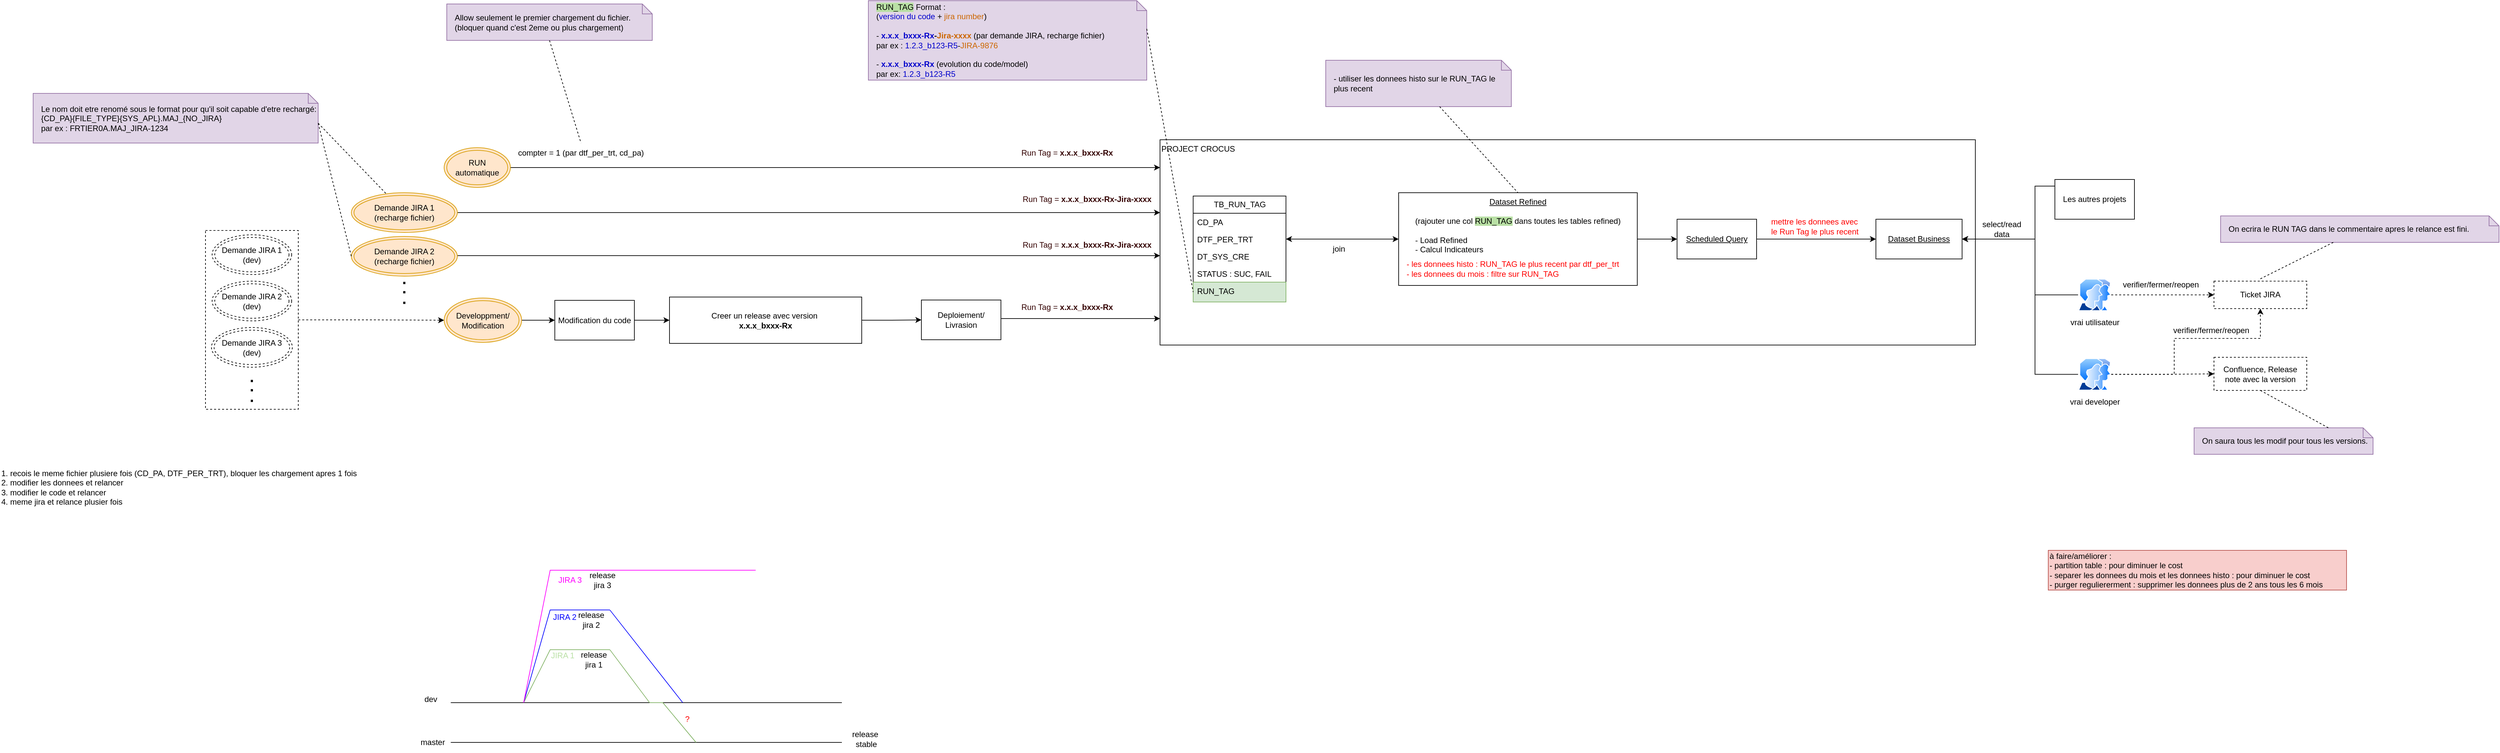
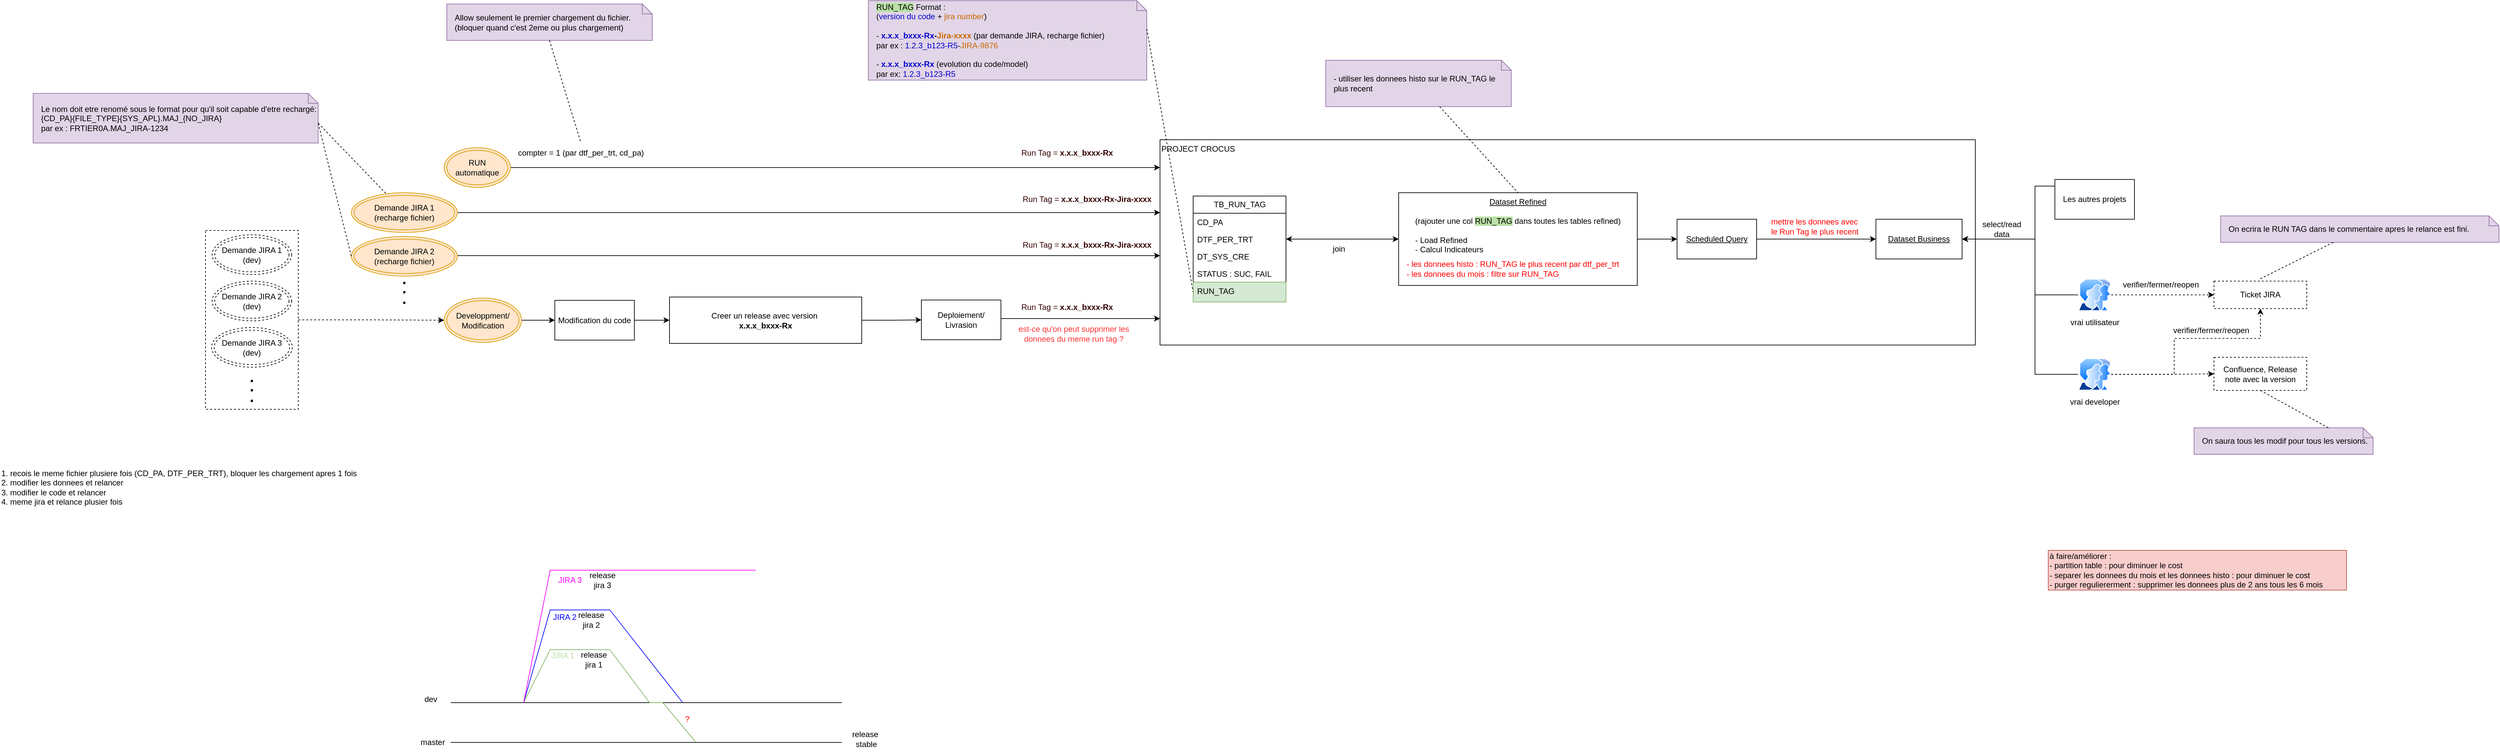
<mxfile host="app.diagrams.net">
  <diagram name="Page-1" id="bEAYSmEDHXBXhFzCy1HB">
-     <mxGraphModel dx="3308" dy="2087" grid="1" gridSize="10" guides="1" tooltips="1" connect="1" arrows="1" fold="1" page="1" pageScale="1" pageWidth="827" pageHeight="1169" math="0" shadow="0">
+     <mxGraphModel dx="3060" dy="1949" grid="1" gridSize="10" guides="1" tooltips="1" connect="1" arrows="1" fold="1" page="1" pageScale="1" pageWidth="827" pageHeight="1169" math="0" shadow="0">
      <root>
        <mxCell id="0" />
        <mxCell id="1" parent="0" />
        <mxCell id="cKu8MT6L8Fp_BZaxLZj7-22" edge="1" parent="1" source="cKu8MT6L8Fp_BZaxLZj7-16" style="edgeStyle=orthogonalEdgeStyle;rounded=0;orthogonalLoop=1;jettySize=auto;html=1;dashed=1;" target="QUzsFoNl6aFI_2ed8XXq-33">
          <mxGeometry relative="1" as="geometry">
            <Array as="points" />
            <mxPoint x="-937.4999999999995" y="382" as="sourcePoint" />
            <mxPoint x="-602.4999999999995" y="365" as="targetPoint" />
          </mxGeometry>
        </mxCell>
        <mxCell id="cKu8MT6L8Fp_BZaxLZj7-16" parent="1" style="rounded=0;whiteSpace=wrap;html=1;dashed=1;" value="" vertex="1">
          <mxGeometry height="270" width="140" x="-1070" y="247" as="geometry" />
        </mxCell>
        <mxCell id="QUzsFoNl6aFI_2ed8XXq-13" parent="1" style="rounded=0;whiteSpace=wrap;html=1;align=left;verticalAlign=top;" value="PROJECT CROCUS" vertex="1">
          <mxGeometry height="310" width="1230" x="370" y="110" as="geometry" />
        </mxCell>
        <mxCell id="QUzsFoNl6aFI_2ed8XXq-1" parent="1" style="swimlane;fontStyle=0;childLayout=stackLayout;horizontal=1;startSize=26;fillColor=none;horizontalStack=0;resizeParent=1;resizeParentMax=0;resizeLast=0;collapsible=1;marginBottom=0;html=1;" value="TB_RUN_TAG" vertex="1">
          <mxGeometry height="160" width="140" x="420" y="195" as="geometry" />
        </mxCell>
        <mxCell id="QUzsFoNl6aFI_2ed8XXq-2" parent="QUzsFoNl6aFI_2ed8XXq-1" style="text;strokeColor=none;fillColor=none;align=left;verticalAlign=top;spacingLeft=4;spacingRight=4;overflow=hidden;rotatable=0;points=[[0,0.5],[1,0.5]];portConstraint=eastwest;whiteSpace=wrap;html=1;" value="CD_PA" vertex="1">
          <mxGeometry height="26" width="140" y="26" as="geometry" />
        </mxCell>
        <mxCell id="QUzsFoNl6aFI_2ed8XXq-3" parent="QUzsFoNl6aFI_2ed8XXq-1" style="text;strokeColor=none;fillColor=none;align=left;verticalAlign=top;spacingLeft=4;spacingRight=4;overflow=hidden;rotatable=0;points=[[0,0.5],[1,0.5]];portConstraint=eastwest;whiteSpace=wrap;html=1;" value="DTF_PER_TRT" vertex="1">
          <mxGeometry height="26" width="140" y="52" as="geometry" />
        </mxCell>
        <mxCell id="QUzsFoNl6aFI_2ed8XXq-4" parent="QUzsFoNl6aFI_2ed8XXq-1" style="text;strokeColor=none;fillColor=none;align=left;verticalAlign=top;spacingLeft=4;spacingRight=4;overflow=hidden;rotatable=0;points=[[0,0.5],[1,0.5]];portConstraint=eastwest;whiteSpace=wrap;html=1;" value="DT_SYS_CRE" vertex="1">
          <mxGeometry height="26" width="140" y="78" as="geometry" />
        </mxCell>
        <mxCell id="QUzsFoNl6aFI_2ed8XXq-105" parent="QUzsFoNl6aFI_2ed8XXq-1" style="text;strokeColor=none;fillColor=none;align=left;verticalAlign=top;spacingLeft=4;spacingRight=4;overflow=hidden;rotatable=0;points=[[0,0.5],[1,0.5]];portConstraint=eastwest;whiteSpace=wrap;html=1;" value="STATUS : SUC, FAIL" vertex="1">
          <mxGeometry height="26" width="140" y="104" as="geometry" />
        </mxCell>
        <mxCell id="QUzsFoNl6aFI_2ed8XXq-5" parent="QUzsFoNl6aFI_2ed8XXq-1" style="text;strokeColor=#82b366;fillColor=#d5e8d4;align=left;verticalAlign=top;spacingLeft=4;spacingRight=4;overflow=hidden;rotatable=0;points=[[0,0.5],[1,0.5]];portConstraint=eastwest;whiteSpace=wrap;html=1;" value="RUN_TAG" vertex="1">
          <mxGeometry height="30" width="140" y="130" as="geometry" />
        </mxCell>
        <mxCell id="QUzsFoNl6aFI_2ed8XXq-7" parent="1" style="shape=note;size=15;align=left;spacingLeft=10;html=1;whiteSpace=wrap;fillColor=#e1d5e7;strokeColor=#9673a6;" value="&lt;span style=&quot;background-color: rgb(185, 224, 165);&quot;&gt;RUN_TAG&lt;/span&gt; Format :&amp;nbsp;&lt;div&gt;(&lt;font style=&quot;color: rgb(0, 0, 204);&quot;&gt;version du code&lt;/font&gt; +&lt;font style=&quot;color: rgb(204, 102, 0);&quot;&gt; &lt;font&gt;jira number&lt;/font&gt;&lt;/font&gt;)&lt;/div&gt;&lt;div&gt;&lt;br&gt;&lt;div&gt;- &lt;b&gt;&lt;font style=&quot;color: rgb(0, 0, 204);&quot;&gt;x.x.x_bxxx-Rx&lt;/font&gt;-&lt;font style=&quot;color: rgb(204, 102, 0);&quot;&gt;Jira-xxxx&lt;/font&gt;&lt;/b&gt; (par demande JIRA, recharge fichier)&amp;nbsp;&lt;/div&gt;&lt;div&gt;par ex : &lt;font style=&quot;color: rgb(0, 0, 204);&quot;&gt;1.2.3_b123-R5&lt;/font&gt;-&lt;font style=&quot;color: rgb(204, 102, 0);&quot;&gt;JIRA-9876&lt;/font&gt;&lt;/div&gt;&lt;div&gt;&lt;br&gt;&lt;/div&gt;&lt;div&gt;-&lt;b&gt; &lt;font style=&quot;color: rgb(0, 0, 204);&quot;&gt;x.x.x_bxxx-Rx&lt;/font&gt;&lt;/b&gt; (evolution du code/model)&lt;/div&gt;&lt;div&gt;&lt;span style=&quot;background-color: transparent; color: light-dark(rgb(0, 0, 0), rgb(255, 255, 255));&quot;&gt;par ex: &lt;/span&gt;&lt;span style=&quot;background-color: transparent;&quot;&gt;&lt;font style=&quot;color: light-dark(rgb(0, 0, 204), rgb(255, 255, 255));&quot;&gt;1.2.3_b123-R5&lt;/font&gt;&lt;/span&gt;&lt;/div&gt;&lt;/div&gt;" vertex="1">
          <mxGeometry height="120" width="420" x="-70" y="-100" as="geometry" />
        </mxCell>
        <mxCell id="QUzsFoNl6aFI_2ed8XXq-8" edge="1" parent="1" source="QUzsFoNl6aFI_2ed8XXq-7" style="edgeStyle=none;endArrow=none;exitX=0;exitY=0;dashed=1;html=1;rounded=0;entryX=0;entryY=0.5;entryDx=0;entryDy=0;exitDx=420;exitDy=42.5;exitPerimeter=0;" target="QUzsFoNl6aFI_2ed8XXq-5" value="">
          <mxGeometry relative="1" x="1" as="geometry">
            <mxPoint x="590" y="660" as="targetPoint" />
          </mxGeometry>
        </mxCell>
        <mxCell id="QUzsFoNl6aFI_2ed8XXq-10" parent="1" style="rounded=0;whiteSpace=wrap;html=1;dashed=1;" value="Confluence, Release note avec la v&lt;span style=&quot;background-color: transparent; color: light-dark(rgb(0, 0, 0), rgb(255, 255, 255));&quot;&gt;ersion&lt;/span&gt;" vertex="1">
          <mxGeometry height="50" width="140" x="1960" y="438.5" as="geometry" />
        </mxCell>
        <mxCell id="QUzsFoNl6aFI_2ed8XXq-11" parent="1" style="rounded=0;whiteSpace=wrap;html=1;dashed=1;" value="Ticket JIRA" vertex="1">
          <mxGeometry height="41.5" width="140" x="1960" y="323.5" as="geometry" />
        </mxCell>
        <mxCell id="QUzsFoNl6aFI_2ed8XXq-42" edge="1" parent="1" source="QUzsFoNl6aFI_2ed8XXq-12" style="edgeStyle=orthogonalEdgeStyle;rounded=0;orthogonalLoop=1;jettySize=auto;html=1;entryX=1;entryY=0.5;entryDx=0;entryDy=0;startArrow=classic;startFill=1;" target="QUzsFoNl6aFI_2ed8XXq-3">
          <mxGeometry relative="1" as="geometry" />
        </mxCell>
        <mxCell id="QUzsFoNl6aFI_2ed8XXq-50" edge="1" parent="1" source="QUzsFoNl6aFI_2ed8XXq-12" style="edgeStyle=orthogonalEdgeStyle;rounded=0;orthogonalLoop=1;jettySize=auto;html=1;" target="QUzsFoNl6aFI_2ed8XXq-46">
          <mxGeometry relative="1" as="geometry">
            <Array as="points" />
          </mxGeometry>
        </mxCell>
        <mxCell id="QUzsFoNl6aFI_2ed8XXq-12" parent="1" style="rounded=0;whiteSpace=wrap;html=1;verticalAlign=top;" value="&lt;u&gt;Dataset Refined&lt;/u&gt;&lt;div&gt;&lt;u&gt;&lt;br&gt;&lt;/u&gt;&lt;div&gt;(rajouter une col &lt;span style=&quot;background-color: rgb(185, 224, 165);&quot;&gt;RUN_TAG&lt;/span&gt;&lt;span&gt; &lt;/span&gt;dans toutes les tables refined)&lt;/div&gt;&lt;div&gt;&lt;br&gt;&lt;/div&gt;&lt;div style=&quot;text-align: left;&quot;&gt;- Load Refined&amp;nbsp; &amp;nbsp; &amp;nbsp; &amp;nbsp;&lt;/div&gt;&lt;div style=&quot;text-align: left;&quot;&gt;- Calcul Indicateurs&lt;/div&gt;&lt;/div&gt;" vertex="1">
          <mxGeometry height="140" width="360" x="730" y="190" as="geometry" />
        </mxCell>
        <mxCell id="QUzsFoNl6aFI_2ed8XXq-27" edge="1" parent="1" source="QUzsFoNl6aFI_2ed8XXq-33" style="edgeStyle=orthogonalEdgeStyle;rounded=0;orthogonalLoop=1;jettySize=auto;html=1;entryX=0;entryY=0.5;entryDx=0;entryDy=0;" target="QUzsFoNl6aFI_2ed8XXq-23">
          <mxGeometry relative="1" as="geometry">
            <mxPoint x="-740" y="198" as="sourcePoint" />
          </mxGeometry>
        </mxCell>
        <mxCell id="QUzsFoNl6aFI_2ed8XXq-19" parent="1" style="text;html=1;whiteSpace=wrap;strokeColor=none;fillColor=none;align=center;verticalAlign=middle;rounded=0;fontColor=#330000;" value="&lt;font style=&quot;&quot;&gt;Run Tag =&amp;nbsp;&lt;/font&gt;&lt;b style=&quot;text-align: left;&quot;&gt;x.x.x_bxxx-Rx-Jira-xxxx&lt;/b&gt;" vertex="1">
          <mxGeometry height="30" width="200" x="160" y="253.5" as="geometry" />
        </mxCell>
        <mxCell id="cKu8MT6L8Fp_BZaxLZj7-37" edge="1" parent="1" source="QUzsFoNl6aFI_2ed8XXq-23" style="edgeStyle=orthogonalEdgeStyle;rounded=0;orthogonalLoop=1;jettySize=auto;html=1;" target="QUzsFoNl6aFI_2ed8XXq-25">
          <mxGeometry relative="1" as="geometry" />
        </mxCell>
        <mxCell id="QUzsFoNl6aFI_2ed8XXq-23" parent="1" style="rounded=0;whiteSpace=wrap;html=1;" value="Modification du code" vertex="1">
          <mxGeometry height="60" width="120" x="-543" y="352.5" as="geometry" />
        </mxCell>
        <mxCell id="QUzsFoNl6aFI_2ed8XXq-31" edge="1" parent="1" source="QUzsFoNl6aFI_2ed8XXq-24" style="edgeStyle=orthogonalEdgeStyle;rounded=0;orthogonalLoop=1;jettySize=auto;html=1;" target="QUzsFoNl6aFI_2ed8XXq-13">
          <mxGeometry relative="1" as="geometry">
            <Array as="points">
              <mxPoint x="180" y="380" />
              <mxPoint x="180" y="380" />
            </Array>
            <mxPoint x="380" y="373" as="targetPoint" />
          </mxGeometry>
        </mxCell>
        <mxCell id="QUzsFoNl6aFI_2ed8XXq-24" parent="1" style="rounded=0;whiteSpace=wrap;html=1;" value="Deploiement/ Livrasion" vertex="1">
          <mxGeometry height="60" width="120" x="10" y="352" as="geometry" />
        </mxCell>
        <mxCell id="cKu8MT6L8Fp_BZaxLZj7-38" edge="1" parent="1" source="QUzsFoNl6aFI_2ed8XXq-25" style="edgeStyle=orthogonalEdgeStyle;rounded=0;orthogonalLoop=1;jettySize=auto;html=1;" target="QUzsFoNl6aFI_2ed8XXq-24">
          <mxGeometry relative="1" as="geometry" />
        </mxCell>
        <mxCell id="QUzsFoNl6aFI_2ed8XXq-25" parent="1" style="rounded=0;whiteSpace=wrap;html=1;" value="Creer un release avec version&amp;nbsp;&lt;div&gt;&lt;span style=&quot;text-align: left;&quot;&gt;&lt;b&gt;x.x.x_bxxx-Rx&lt;/b&gt;&lt;/span&gt;&lt;/div&gt;" vertex="1">
          <mxGeometry height="70" width="290" x="-370" y="347.5" as="geometry" />
        </mxCell>
        <mxCell id="QUzsFoNl6aFI_2ed8XXq-33" parent="1" style="ellipse;shape=doubleEllipse;whiteSpace=wrap;html=1;fillColor=#ffe6cc;strokeColor=#d79b00;" value="Developpment/&lt;div&gt;Modification&lt;/div&gt;" vertex="1">
          <mxGeometry height="67" width="117" x="-710" y="349" as="geometry" />
        </mxCell>
        <mxCell id="cKu8MT6L8Fp_BZaxLZj7-5" edge="1" parent="1" style="edgeStyle=orthogonalEdgeStyle;rounded=0;orthogonalLoop=1;jettySize=auto;html=1;" target="QUzsFoNl6aFI_2ed8XXq-13">
          <mxGeometry relative="1" as="geometry">
            <Array as="points">
              <mxPoint x="110" y="285" />
              <mxPoint x="110" y="285" />
            </Array>
            <mxPoint x="-690.0000000000005" y="285" as="sourcePoint" />
            <mxPoint x="380" y="285" as="targetPoint" />
          </mxGeometry>
        </mxCell>
        <mxCell id="QUzsFoNl6aFI_2ed8XXq-34" parent="1" style="ellipse;shape=doubleEllipse;whiteSpace=wrap;html=1;fillColor=#ffe6cc;strokeColor=#d79b00;" value="Demande JIRA 2&lt;div&gt;(recharge fichier)&lt;/div&gt;" vertex="1">
          <mxGeometry height="60" width="160" x="-850" y="256" as="geometry" />
        </mxCell>
        <mxCell id="QUzsFoNl6aFI_2ed8XXq-36" edge="1" parent="1" source="QUzsFoNl6aFI_2ed8XXq-35" style="edgeStyle=orthogonalEdgeStyle;rounded=0;orthogonalLoop=1;jettySize=auto;html=1;" target="QUzsFoNl6aFI_2ed8XXq-13">
          <mxGeometry relative="1" as="geometry">
            <Array as="points">
              <mxPoint x="140" y="152" />
              <mxPoint x="140" y="152" />
            </Array>
            <mxPoint x="380" y="152.0588235294117" as="targetPoint" />
          </mxGeometry>
        </mxCell>
        <mxCell id="QUzsFoNl6aFI_2ed8XXq-35" parent="1" style="ellipse;shape=doubleEllipse;whiteSpace=wrap;html=1;fillColor=#ffe6cc;strokeColor=#d79b00;" value="RUN automatique" vertex="1">
          <mxGeometry height="60" width="100" x="-710" y="122" as="geometry" />
        </mxCell>
        <mxCell id="QUzsFoNl6aFI_2ed8XXq-40" parent="1" style="shape=note;size=15;align=left;spacingLeft=10;html=1;whiteSpace=wrap;fillColor=#e1d5e7;strokeColor=#9673a6;" value="&lt;div&gt;- utiliser les donnees histo sur le RUN_TAG le plus recent&lt;/div&gt;" vertex="1">
          <mxGeometry height="70" width="280" x="620" y="-10" as="geometry" />
        </mxCell>
        <mxCell id="QUzsFoNl6aFI_2ed8XXq-41" edge="1" parent="1" source="QUzsFoNl6aFI_2ed8XXq-40" style="edgeStyle=none;endArrow=none;dashed=1;html=1;rounded=0;entryX=0.5;entryY=0;entryDx=0;entryDy=0;" target="QUzsFoNl6aFI_2ed8XXq-12" value="">
          <mxGeometry relative="1" x="1" as="geometry">
            <mxPoint x="720" y="650" as="sourcePoint" />
            <mxPoint x="772" y="500" as="targetPoint" />
          </mxGeometry>
        </mxCell>
        <mxCell id="QUzsFoNl6aFI_2ed8XXq-43" parent="1" style="text;html=1;whiteSpace=wrap;strokeColor=none;fillColor=none;align=left;verticalAlign=middle;rounded=0;" value="&lt;font style=&quot;color: rgb(255, 0, 0);&quot;&gt;- les donnees histo : RUN_TAG le plus recent par dtf_per_trt&lt;/font&gt;&lt;div&gt;&lt;font style=&quot;color: rgb(255, 0, 0);&quot;&gt;- les donnees du mois : f&lt;/font&gt;&lt;span style=&quot;color: light-dark(rgb(255, 0, 0), rgb(255, 144, 144)); background-color: transparent;&quot;&gt;iltre sur RUN_TAG&lt;/span&gt;&lt;/div&gt;" vertex="1">
          <mxGeometry height="30" width="370" x="740" y="290" as="geometry" />
        </mxCell>
        <mxCell id="QUzsFoNl6aFI_2ed8XXq-45" parent="1" style="rounded=0;whiteSpace=wrap;html=1;" value="&lt;u&gt;Dataset Business&lt;/u&gt;" vertex="1">
          <mxGeometry height="60" width="130" x="1450" y="230" as="geometry" />
        </mxCell>
        <mxCell id="QUzsFoNl6aFI_2ed8XXq-48" edge="1" parent="1" source="QUzsFoNl6aFI_2ed8XXq-46" style="edgeStyle=orthogonalEdgeStyle;rounded=0;orthogonalLoop=1;jettySize=auto;html=1;" target="QUzsFoNl6aFI_2ed8XXq-45">
          <mxGeometry relative="1" as="geometry" />
        </mxCell>
        <mxCell id="QUzsFoNl6aFI_2ed8XXq-46" parent="1" style="rounded=0;whiteSpace=wrap;html=1;" value="&lt;u&gt;Scheduled Query&lt;/u&gt;" vertex="1">
          <mxGeometry height="60" width="120" x="1150" y="230" as="geometry" />
        </mxCell>
        <mxCell id="QUzsFoNl6aFI_2ed8XXq-51" parent="1" style="text;html=1;whiteSpace=wrap;strokeColor=none;fillColor=none;align=left;verticalAlign=middle;rounded=0;fontColor=#FF0000;" value="mettre les donnees avec le Run Tag le plus recent" vertex="1">
          <mxGeometry height="30" width="140" x="1290" y="226" as="geometry" />
        </mxCell>
        <mxCell id="QUzsFoNl6aFI_2ed8XXq-59" edge="1" parent="1" source="QUzsFoNl6aFI_2ed8XXq-52" style="edgeStyle=orthogonalEdgeStyle;rounded=0;orthogonalLoop=1;jettySize=auto;html=1;entryX=1;entryY=0.5;entryDx=0;entryDy=0;" target="QUzsFoNl6aFI_2ed8XXq-45">
          <mxGeometry relative="1" as="geometry">
            <Array as="points">
              <mxPoint x="1690" y="180" />
              <mxPoint x="1690" y="260" />
            </Array>
          </mxGeometry>
        </mxCell>
        <mxCell id="QUzsFoNl6aFI_2ed8XXq-52" parent="1" style="rounded=0;whiteSpace=wrap;html=1;" value="Les autres projets" vertex="1">
          <mxGeometry height="60" width="120" x="1720" y="170" as="geometry" />
        </mxCell>
        <mxCell id="QUzsFoNl6aFI_2ed8XXq-58" edge="1" parent="1" source="QUzsFoNl6aFI_2ed8XXq-57" style="edgeStyle=orthogonalEdgeStyle;rounded=0;orthogonalLoop=1;jettySize=auto;html=1;entryX=1;entryY=0.5;entryDx=0;entryDy=0;" target="QUzsFoNl6aFI_2ed8XXq-45">
          <mxGeometry relative="1" as="geometry">
            <Array as="points">
              <mxPoint x="1690" y="344" />
              <mxPoint x="1690" y="260" />
            </Array>
          </mxGeometry>
        </mxCell>
        <mxCell id="QUzsFoNl6aFI_2ed8XXq-65" edge="1" parent="1" source="QUzsFoNl6aFI_2ed8XXq-57" style="edgeStyle=orthogonalEdgeStyle;rounded=0;orthogonalLoop=1;jettySize=auto;html=1;dashed=1;" target="QUzsFoNl6aFI_2ed8XXq-11">
          <mxGeometry relative="1" as="geometry" />
        </mxCell>
        <mxCell id="QUzsFoNl6aFI_2ed8XXq-57" parent="1" style="image;aspect=fixed;perimeter=ellipsePerimeter;html=1;align=center;shadow=0;dashed=0;spacingTop=3;image=img/lib/active_directory/user_accounts.svg;" value="vrai utilisateur" vertex="1">
          <mxGeometry height="48.5" width="50" x="1755" y="320" as="geometry" />
        </mxCell>
        <mxCell id="QUzsFoNl6aFI_2ed8XXq-60" parent="1" style="text;html=1;whiteSpace=wrap;strokeColor=none;fillColor=none;align=center;verticalAlign=middle;rounded=0;" value="select/read data" vertex="1">
          <mxGeometry height="30" width="60" x="1610" y="230" as="geometry" />
        </mxCell>
        <mxCell id="QUzsFoNl6aFI_2ed8XXq-63" edge="1" parent="1" source="QUzsFoNl6aFI_2ed8XXq-62" style="edgeStyle=orthogonalEdgeStyle;rounded=0;orthogonalLoop=1;jettySize=auto;html=1;entryX=1;entryY=0.5;entryDx=0;entryDy=0;" target="QUzsFoNl6aFI_2ed8XXq-45">
          <mxGeometry relative="1" as="geometry">
            <Array as="points">
              <mxPoint x="1690" y="464" />
              <mxPoint x="1690" y="260" />
            </Array>
          </mxGeometry>
        </mxCell>
        <mxCell id="QUzsFoNl6aFI_2ed8XXq-66" edge="1" parent="1" source="QUzsFoNl6aFI_2ed8XXq-62" style="edgeStyle=orthogonalEdgeStyle;rounded=0;orthogonalLoop=1;jettySize=auto;html=1;dashed=1;" target="QUzsFoNl6aFI_2ed8XXq-10">
          <mxGeometry relative="1" as="geometry" />
        </mxCell>
        <mxCell id="QUzsFoNl6aFI_2ed8XXq-68" edge="1" parent="1" source="QUzsFoNl6aFI_2ed8XXq-62" style="edgeStyle=orthogonalEdgeStyle;rounded=0;orthogonalLoop=1;jettySize=auto;html=1;entryX=0.5;entryY=1;entryDx=0;entryDy=0;dashed=1;" target="QUzsFoNl6aFI_2ed8XXq-11">
          <mxGeometry relative="1" as="geometry">
            <Array as="points">
              <mxPoint x="1900" y="464" />
              <mxPoint x="1900" y="410" />
              <mxPoint x="2030" y="410" />
            </Array>
          </mxGeometry>
        </mxCell>
        <mxCell id="QUzsFoNl6aFI_2ed8XXq-62" parent="1" style="image;aspect=fixed;perimeter=ellipsePerimeter;html=1;align=center;shadow=0;dashed=0;spacingTop=3;image=img/lib/active_directory/user_accounts.svg;" value="vrai developer" vertex="1">
          <mxGeometry height="48.5" width="50" x="1755" y="440" as="geometry" />
        </mxCell>
        <mxCell id="QUzsFoNl6aFI_2ed8XXq-69" parent="1" style="shape=note;size=15;align=left;spacingLeft=10;html=1;whiteSpace=wrap;fillColor=#e1d5e7;strokeColor=#9673a6;" value="On ecrira le RUN TAG dans le commentaire apres le relance est fini." vertex="1">
          <mxGeometry height="40" width="420" x="1970" y="225" as="geometry" />
        </mxCell>
        <mxCell id="QUzsFoNl6aFI_2ed8XXq-70" edge="1" parent="1" source="QUzsFoNl6aFI_2ed8XXq-69" style="edgeStyle=none;endArrow=none;dashed=1;html=1;rounded=0;" value="">
          <mxGeometry relative="1" x="1" as="geometry">
            <mxPoint x="970" y="210" as="sourcePoint" />
            <mxPoint x="2030" y="320" as="targetPoint" />
          </mxGeometry>
        </mxCell>
        <mxCell id="QUzsFoNl6aFI_2ed8XXq-71" parent="1" style="shape=note;size=15;align=left;spacingLeft=10;html=1;whiteSpace=wrap;fillColor=#e1d5e7;strokeColor=#9673a6;" value="On saura tous les modif pour tous les versions." vertex="1">
          <mxGeometry height="40" width="270" x="1930" y="545" as="geometry" />
        </mxCell>
        <mxCell id="QUzsFoNl6aFI_2ed8XXq-72" edge="1" parent="1" source="QUzsFoNl6aFI_2ed8XXq-71" style="edgeStyle=none;endArrow=none;dashed=1;html=1;rounded=0;entryX=0.5;entryY=1;entryDx=0;entryDy=0;exitX=0;exitY=0;exitDx=202.5;exitDy=0;exitPerimeter=0;" target="QUzsFoNl6aFI_2ed8XXq-10" value="">
          <mxGeometry relative="1" x="1" as="geometry">
            <mxPoint x="2180" y="470" as="sourcePoint" />
            <mxPoint x="2070" y="525" as="targetPoint" />
          </mxGeometry>
        </mxCell>
        <mxCell id="QUzsFoNl6aFI_2ed8XXq-74" parent="1" style="rounded=0;whiteSpace=wrap;html=1;align=left;fillColor=#f8cecc;strokeColor=#b85450;" value="à faire/améliorer :&lt;div&gt;- partition table : pour diminuer le cost&lt;/div&gt;&lt;div&gt;- separer les donnees du mois et les donnees histo&amp;nbsp;&lt;span style=&quot;background-color: transparent; color: light-dark(rgb(0, 0, 0), rgb(255, 255, 255));&quot;&gt;: pour diminuer le cost&lt;/span&gt;&lt;/div&gt;&lt;div&gt;&lt;span style=&quot;background-color: transparent; color: light-dark(rgb(0, 0, 0), rgb(255, 255, 255));&quot;&gt;- purger reguliererment : supprimer les donnees plus de 2 ans tous les 6 mois&lt;/span&gt;&lt;/div&gt;" vertex="1">
          <mxGeometry height="60" width="450" x="1710" y="730" as="geometry" />
        </mxCell>
        <mxCell id="QUzsFoNl6aFI_2ed8XXq-76" parent="1" style="text;html=1;whiteSpace=wrap;strokeColor=none;fillColor=none;align=center;verticalAlign=middle;rounded=0;" value="join" vertex="1">
          <mxGeometry height="30" width="60" x="610" y="260" as="geometry" />
        </mxCell>
        <mxCell id="QUzsFoNl6aFI_2ed8XXq-81" edge="1" parent="1" style="endArrow=none;html=1;rounded=0;" value="">
          <mxGeometry height="50" relative="1" width="50" as="geometry">
            <mxPoint x="-700" y="960" as="sourcePoint" />
            <mxPoint x="-110" y="960" as="targetPoint" />
          </mxGeometry>
        </mxCell>
        <mxCell id="QUzsFoNl6aFI_2ed8XXq-83" edge="1" parent="1" style="endArrow=none;html=1;rounded=0;fillColor=#d5e8d4;strokeColor=#82b366;" value="">
          <mxGeometry height="50" relative="1" width="50" as="geometry">
            <Array as="points">
              <mxPoint x="-550" y="880" />
            </Array>
            <mxPoint x="-590" y="960" as="sourcePoint" />
            <mxPoint x="-460" y="880" as="targetPoint" />
          </mxGeometry>
        </mxCell>
        <mxCell id="QUzsFoNl6aFI_2ed8XXq-84" parent="1" style="text;html=1;whiteSpace=wrap;strokeColor=none;fillColor=none;align=center;verticalAlign=middle;rounded=0;" value="dev" vertex="1">
          <mxGeometry height="30" width="60" x="-760" y="940" as="geometry" />
        </mxCell>
        <mxCell id="QUzsFoNl6aFI_2ed8XXq-85" edge="1" parent="1" style="endArrow=none;html=1;rounded=0;strokeColor=#0000FF;" value="">
          <mxGeometry height="50" relative="1" width="50" as="geometry">
            <Array as="points">
              <mxPoint x="-550" y="820" />
            </Array>
            <mxPoint x="-590" y="960" as="sourcePoint" />
            <mxPoint x="-460" y="820" as="targetPoint" />
          </mxGeometry>
        </mxCell>
        <mxCell id="QUzsFoNl6aFI_2ed8XXq-86" edge="1" parent="1" style="endArrow=none;html=1;rounded=0;strokeColor=#FF00FF;" value="">
          <mxGeometry height="50" relative="1" width="50" as="geometry">
            <Array as="points">
              <mxPoint x="-550" y="760" />
            </Array>
            <mxPoint x="-590" y="960" as="sourcePoint" />
            <mxPoint x="-240" y="760" as="targetPoint" />
          </mxGeometry>
        </mxCell>
        <mxCell id="QUzsFoNl6aFI_2ed8XXq-87" parent="1" style="text;html=1;whiteSpace=wrap;strokeColor=none;fillColor=none;align=center;verticalAlign=middle;rounded=0;fontColor=#B9E0A5;" value="JIRA 1" vertex="1">
          <mxGeometry height="30" width="60" x="-561" y="874" as="geometry" />
        </mxCell>
        <mxCell id="QUzsFoNl6aFI_2ed8XXq-88" parent="1" style="text;html=1;whiteSpace=wrap;strokeColor=none;fillColor=none;align=center;verticalAlign=middle;rounded=0;fontColor=#0000FF;" value="JIRA 2" vertex="1">
          <mxGeometry height="30" width="60" x="-558" y="816" as="geometry" />
        </mxCell>
        <mxCell id="QUzsFoNl6aFI_2ed8XXq-89" parent="1" style="text;html=1;whiteSpace=wrap;strokeColor=none;fillColor=none;align=center;verticalAlign=middle;rounded=0;fontColor=#FF00FF;" value="JIRA 3" vertex="1">
          <mxGeometry height="30" width="60" x="-550" y="760" as="geometry" />
        </mxCell>
        <mxCell id="QUzsFoNl6aFI_2ed8XXq-90" edge="1" parent="1" style="endArrow=none;html=1;rounded=0;" value="">
          <mxGeometry height="50" relative="1" width="50" as="geometry">
            <mxPoint x="-700" y="1020" as="sourcePoint" />
            <mxPoint x="-110" y="1020" as="targetPoint" />
          </mxGeometry>
        </mxCell>
        <mxCell id="QUzsFoNl6aFI_2ed8XXq-91" parent="1" style="text;html=1;whiteSpace=wrap;strokeColor=none;fillColor=none;align=center;verticalAlign=middle;rounded=0;" value="master" vertex="1">
          <mxGeometry height="30" width="60" x="-757" y="1005" as="geometry" />
        </mxCell>
        <mxCell id="QUzsFoNl6aFI_2ed8XXq-92" edge="1" parent="1" style="endArrow=none;html=1;rounded=0;fillColor=#d5e8d4;strokeColor=#82b366;" value="">
          <mxGeometry height="50" relative="1" width="50" as="geometry">
            <mxPoint x="-460" y="880" as="sourcePoint" />
            <mxPoint x="-400" y="960" as="targetPoint" />
          </mxGeometry>
        </mxCell>
        <mxCell id="QUzsFoNl6aFI_2ed8XXq-94" edge="1" parent="1" style="endArrow=none;html=1;rounded=0;strokeColor=#0000FF;" value="">
          <mxGeometry height="50" relative="1" width="50" as="geometry">
            <mxPoint x="-460" y="820" as="sourcePoint" />
            <mxPoint x="-350" y="960" as="targetPoint" />
          </mxGeometry>
        </mxCell>
        <mxCell id="QUzsFoNl6aFI_2ed8XXq-95" edge="1" parent="1" style="endArrow=none;html=1;rounded=0;fillColor=#d5e8d4;strokeColor=#82b366;" value="">
          <mxGeometry height="50" relative="1" width="50" as="geometry">
            <mxPoint x="-380" y="960" as="sourcePoint" />
            <mxPoint x="-330" y="1020" as="targetPoint" />
          </mxGeometry>
        </mxCell>
        <mxCell id="QUzsFoNl6aFI_2ed8XXq-96" edge="1" parent="1" style="endArrow=none;html=1;rounded=0;fillColor=#d5e8d4;strokeColor=#82b366;" value="">
          <mxGeometry height="50" relative="1" width="50" as="geometry">
            <mxPoint x="-400" y="960" as="sourcePoint" />
            <mxPoint x="-380" y="960" as="targetPoint" />
          </mxGeometry>
        </mxCell>
        <mxCell id="QUzsFoNl6aFI_2ed8XXq-98" parent="1" style="text;html=1;whiteSpace=wrap;strokeColor=none;fillColor=none;align=center;verticalAlign=middle;rounded=0;" value="release jira 2" vertex="1">
          <mxGeometry height="30" width="60" x="-518" y="820" as="geometry" />
        </mxCell>
        <mxCell id="QUzsFoNl6aFI_2ed8XXq-99" parent="1" style="text;html=1;whiteSpace=wrap;strokeColor=none;fillColor=none;align=center;verticalAlign=middle;rounded=0;" value="release jira 1" vertex="1">
          <mxGeometry height="30" width="60" x="-514" y="880" as="geometry" />
        </mxCell>
        <mxCell id="QUzsFoNl6aFI_2ed8XXq-100" parent="1" style="text;html=1;whiteSpace=wrap;strokeColor=none;fillColor=none;align=center;verticalAlign=middle;rounded=0;" value="release jira 3" vertex="1">
          <mxGeometry height="30" width="60" x="-501" y="760" as="geometry" />
        </mxCell>
        <mxCell id="QUzsFoNl6aFI_2ed8XXq-101" parent="1" style="text;html=1;whiteSpace=wrap;strokeColor=none;fillColor=none;align=center;verticalAlign=middle;rounded=0;" value="release&amp;nbsp; stable" vertex="1">
          <mxGeometry height="30" width="60" x="-103" y="1000" as="geometry" />
        </mxCell>
        <mxCell id="QUzsFoNl6aFI_2ed8XXq-103" parent="1" style="text;html=1;whiteSpace=wrap;strokeColor=none;fillColor=none;align=center;verticalAlign=middle;rounded=0;fontColor=#FF0000;" value="?" vertex="1">
          <mxGeometry height="30" width="60" x="-373" y="970" as="geometry" />
        </mxCell>
        <mxCell id="QUzsFoNl6aFI_2ed8XXq-104" parent="1" style="text;html=1;whiteSpace=wrap;strokeColor=none;fillColor=none;align=center;verticalAlign=middle;rounded=0;" value="compter = 1 (par dtf_per_trt, cd_pa)" vertex="1">
          <mxGeometry height="30" width="227" x="-617" y="115" as="geometry" />
        </mxCell>
        <mxCell id="QUzsFoNl6aFI_2ed8XXq-106" parent="1" style="text;html=1;whiteSpace=wrap;strokeColor=none;fillColor=none;align=left;verticalAlign=middle;rounded=0;" value="1. recois le meme fichier plusiere fois (CD_PA, DTF_PER_TRT), bloquer les chargement apres 1 fois&lt;div&gt;2. modifier les donnees et relancer&lt;/div&gt;&lt;div&gt;3. modifier le code et relancer&lt;/div&gt;&lt;div&gt;4.&amp;nbsp;&lt;span style=&quot;text-align: center; background-color: transparent; color: light-dark(rgb(0, 0, 0), rgb(255, 255, 255));&quot;&gt;meme jira et relance plusier fois&lt;/span&gt;&lt;/div&gt;" vertex="1">
          <mxGeometry height="30" width="600" x="-1380" y="620" as="geometry" />
        </mxCell>
        <mxCell id="cKu8MT6L8Fp_BZaxLZj7-1" parent="1" style="shape=note;size=15;align=left;spacingLeft=10;html=1;whiteSpace=wrap;fillColor=#e1d5e7;strokeColor=#9673a6;labelBackgroundColor=none;" value="&lt;span style=&quot;&quot;&gt;Allow seulement le premier chargement du fichier.&lt;br&gt;(bloquer quand c&#39;est 2eme ou plus chargement)&lt;/span&gt;" vertex="1">
          <mxGeometry height="55" width="310" x="-706" y="-95" as="geometry" />
        </mxCell>
        <mxCell id="cKu8MT6L8Fp_BZaxLZj7-2" edge="1" parent="1" source="cKu8MT6L8Fp_BZaxLZj7-1" style="edgeStyle=none;endArrow=none;exitX=0.5;exitY=1;dashed=1;html=1;rounded=0;entryX=0.5;entryY=0;entryDx=0;entryDy=0;exitDx=0;exitDy=0;exitPerimeter=0;" target="QUzsFoNl6aFI_2ed8XXq-104" value="">
          <mxGeometry relative="1" x="1" as="geometry">
            <mxPoint x="590" y="300" as="sourcePoint" />
            <mxPoint x="680" y="507" as="targetPoint" />
          </mxGeometry>
        </mxCell>
        <mxCell id="cKu8MT6L8Fp_BZaxLZj7-3" parent="1" style="ellipse;shape=doubleEllipse;whiteSpace=wrap;html=1;dashed=1;" value="Demande JIRA 1&lt;div&gt;(dev)&lt;/div&gt;" vertex="1">
          <mxGeometry height="60" width="120" x="-1060" y="253.5" as="geometry" />
        </mxCell>
        <mxCell id="cKu8MT6L8Fp_BZaxLZj7-7" parent="1" style="text;html=1;whiteSpace=wrap;strokeColor=none;fillColor=none;align=center;verticalAlign=middle;rounded=0;fontColor=#330000;" value="&lt;font style=&quot;&quot;&gt;Run Tag =&amp;nbsp;&lt;b style=&quot;text-align: left;&quot;&gt;x.x.x_bxxx-Rx&lt;/b&gt;&lt;/font&gt;" vertex="1">
          <mxGeometry height="30" width="200" x="130" y="115" as="geometry" />
        </mxCell>
        <mxCell id="cKu8MT6L8Fp_BZaxLZj7-11" parent="1" style="shape=note;size=15;align=left;spacingLeft=10;html=1;whiteSpace=wrap;fillColor=#e1d5e7;strokeColor=#9673a6;labelBackgroundColor=none;" value="&lt;span style=&quot;&quot;&gt;Le nom doit etre renomé sous le format pour qu&#39;il soit capable d&#39;etre rechargé:&lt;br&gt;{CD_PA}{FILE_TYPE}{SYS_APL}.MAJ_{NO_JIRA}&lt;/span&gt;&lt;div&gt;&lt;span style=&quot;&quot;&gt;par ex : FRTIER0A.MAJ_JIRA-1234&lt;/span&gt;&lt;/div&gt;" vertex="1">
          <mxGeometry height="75" width="430" x="-1330" y="40" as="geometry" />
        </mxCell>
        <mxCell id="cKu8MT6L8Fp_BZaxLZj7-14" parent="1" style="ellipse;shape=doubleEllipse;whiteSpace=wrap;html=1;dashed=1;" value="Demande JIRA 2&lt;div&gt;(dev)&lt;/div&gt;" vertex="1">
          <mxGeometry height="60" width="120" x="-1060" y="323.5" as="geometry" />
        </mxCell>
        <mxCell id="cKu8MT6L8Fp_BZaxLZj7-15" parent="1" style="ellipse;shape=doubleEllipse;whiteSpace=wrap;html=1;dashed=1;" value="Demande JIRA 3&lt;div&gt;(dev)&lt;/div&gt;" vertex="1">
          <mxGeometry height="60" width="122" x="-1061" y="393.5" as="geometry" />
        </mxCell>
        <mxCell id="cKu8MT6L8Fp_BZaxLZj7-19" parent="1" style="text;html=1;whiteSpace=wrap;strokeColor=none;fillColor=none;align=center;verticalAlign=middle;rounded=0;fontSize=23;fontStyle=1" value="." vertex="1">
          <mxGeometry height="30" width="60" x="-1030" y="453.25" as="geometry" />
        </mxCell>
        <mxCell id="cKu8MT6L8Fp_BZaxLZj7-20" parent="1" style="text;html=1;whiteSpace=wrap;strokeColor=none;fillColor=none;align=center;verticalAlign=middle;rounded=0;fontSize=23;fontStyle=1" value="." vertex="1">
          <mxGeometry height="30" width="60" x="-1030" y="467" as="geometry" />
        </mxCell>
        <mxCell id="cKu8MT6L8Fp_BZaxLZj7-21" parent="1" style="text;html=1;whiteSpace=wrap;strokeColor=none;fillColor=none;align=center;verticalAlign=middle;rounded=0;fontSize=23;fontStyle=1" value="." vertex="1">
          <mxGeometry height="30" width="60" x="-1030" y="483.25" as="geometry" />
        </mxCell>
        <mxCell id="cKu8MT6L8Fp_BZaxLZj7-24" edge="1" parent="1" source="cKu8MT6L8Fp_BZaxLZj7-23" style="edgeStyle=orthogonalEdgeStyle;rounded=0;orthogonalLoop=1;jettySize=auto;html=1;" target="QUzsFoNl6aFI_2ed8XXq-13">
          <mxGeometry relative="1" as="geometry">
            <Array as="points">
              <mxPoint x="120" y="220" />
              <mxPoint x="120" y="220" />
            </Array>
          </mxGeometry>
        </mxCell>
        <mxCell id="cKu8MT6L8Fp_BZaxLZj7-23" parent="1" style="ellipse;shape=doubleEllipse;whiteSpace=wrap;html=1;fillColor=#ffe6cc;strokeColor=#d79b00;" value="Demande JIRA 1&lt;div&gt;(recharge fichier)&lt;/div&gt;" vertex="1">
          <mxGeometry height="60" width="160" x="-850" y="190" as="geometry" />
        </mxCell>
        <mxCell id="cKu8MT6L8Fp_BZaxLZj7-25" edge="1" parent="1" source="cKu8MT6L8Fp_BZaxLZj7-11" style="edgeStyle=none;endArrow=none;exitX=0;exitY=0;dashed=1;html=1;rounded=0;exitDx=430;exitDy=45;exitPerimeter=0;" target="cKu8MT6L8Fp_BZaxLZj7-23" value="">
          <mxGeometry relative="1" x="1" as="geometry">
            <mxPoint x="-520" y="10" as="sourcePoint" />
            <mxPoint x="-490" y="150" as="targetPoint" />
          </mxGeometry>
        </mxCell>
        <mxCell id="cKu8MT6L8Fp_BZaxLZj7-26" edge="1" parent="1" source="cKu8MT6L8Fp_BZaxLZj7-11" style="edgeStyle=none;endArrow=none;exitX=0;exitY=0;dashed=1;html=1;rounded=0;exitDx=430;exitDy=45;exitPerimeter=0;entryX=0;entryY=0.5;entryDx=0;entryDy=0;" target="QUzsFoNl6aFI_2ed8XXq-34" value="">
          <mxGeometry relative="1" x="1" as="geometry">
            <mxPoint x="-900" y="200" as="sourcePoint" />
            <mxPoint x="-801" y="244" as="targetPoint" />
          </mxGeometry>
        </mxCell>
        <mxCell id="cKu8MT6L8Fp_BZaxLZj7-27" parent="1" style="text;html=1;whiteSpace=wrap;strokeColor=none;fillColor=none;align=center;verticalAlign=middle;rounded=0;fontSize=23;fontStyle=1" value="." vertex="1">
          <mxGeometry height="30" width="60" x="-800" y="305" as="geometry" />
        </mxCell>
        <mxCell id="cKu8MT6L8Fp_BZaxLZj7-28" parent="1" style="text;html=1;whiteSpace=wrap;strokeColor=none;fillColor=none;align=center;verticalAlign=middle;rounded=0;fontSize=23;fontStyle=1" value="." vertex="1">
          <mxGeometry height="30" width="60" x="-800" y="335" as="geometry" />
        </mxCell>
        <mxCell id="cKu8MT6L8Fp_BZaxLZj7-29" parent="1" style="text;html=1;whiteSpace=wrap;strokeColor=none;fillColor=none;align=center;verticalAlign=middle;rounded=0;fontSize=23;fontStyle=1" value="." vertex="1">
          <mxGeometry height="30" width="60" x="-800" y="318.5" as="geometry" />
        </mxCell>
        <mxCell id="cKu8MT6L8Fp_BZaxLZj7-31" parent="1" style="text;html=1;whiteSpace=wrap;strokeColor=none;fillColor=none;align=center;verticalAlign=middle;rounded=0;fontColor=#330000;" value="&lt;font style=&quot;&quot;&gt;Run Tag =&amp;nbsp;&lt;/font&gt;&lt;b style=&quot;text-align: left;&quot;&gt;x.x.x_bxxx-Rx-Jira-xxxx&lt;/b&gt;" vertex="1">
          <mxGeometry height="30" width="200" x="160" y="185" as="geometry" />
        </mxCell>
        <mxCell id="cKu8MT6L8Fp_BZaxLZj7-33" parent="1" style="text;html=1;whiteSpace=wrap;strokeColor=none;fillColor=none;align=center;verticalAlign=middle;rounded=0;fontColor=#330000;" value="&lt;font style=&quot;&quot;&gt;Run Tag =&amp;nbsp;&lt;b style=&quot;text-align: left;&quot;&gt;x.x.x_bxxx-Rx&lt;/b&gt;&lt;/font&gt;" vertex="1">
          <mxGeometry height="30" width="200" x="130" y="347.5" as="geometry" />
        </mxCell>
        <mxCell id="cKu8MT6L8Fp_BZaxLZj7-39" parent="1" style="text;html=1;whiteSpace=wrap;strokeColor=none;fillColor=none;align=center;verticalAlign=middle;rounded=0;" value="verifier/fermer/reopen" vertex="1">
          <mxGeometry height="30" width="60" x="1850" y="313.5" as="geometry" />
        </mxCell>
        <mxCell id="cKu8MT6L8Fp_BZaxLZj7-40" parent="1" style="text;html=1;whiteSpace=wrap;strokeColor=none;fillColor=none;align=center;verticalAlign=middle;rounded=0;" value="verifier/fermer/reopen" vertex="1">
          <mxGeometry height="30" width="60" x="1926" y="382.5" as="geometry" />
        </mxCell>
+         <mxCell id="cKu8MT6L8Fp_BZaxLZj7-43" parent="1" style="text;html=1;whiteSpace=wrap;strokeColor=none;fillColor=none;align=center;verticalAlign=middle;rounded=0;fontColor=#FF3333;" value="est-ce qu&#39;on peut supprimer les donnees du meme run tag ?" vertex="1">
+           <mxGeometry height="30" width="200" x="140" y="387.5" as="geometry" />
+         </mxCell>
      </root>
    </mxGraphModel>
  </diagram>
</mxfile>
